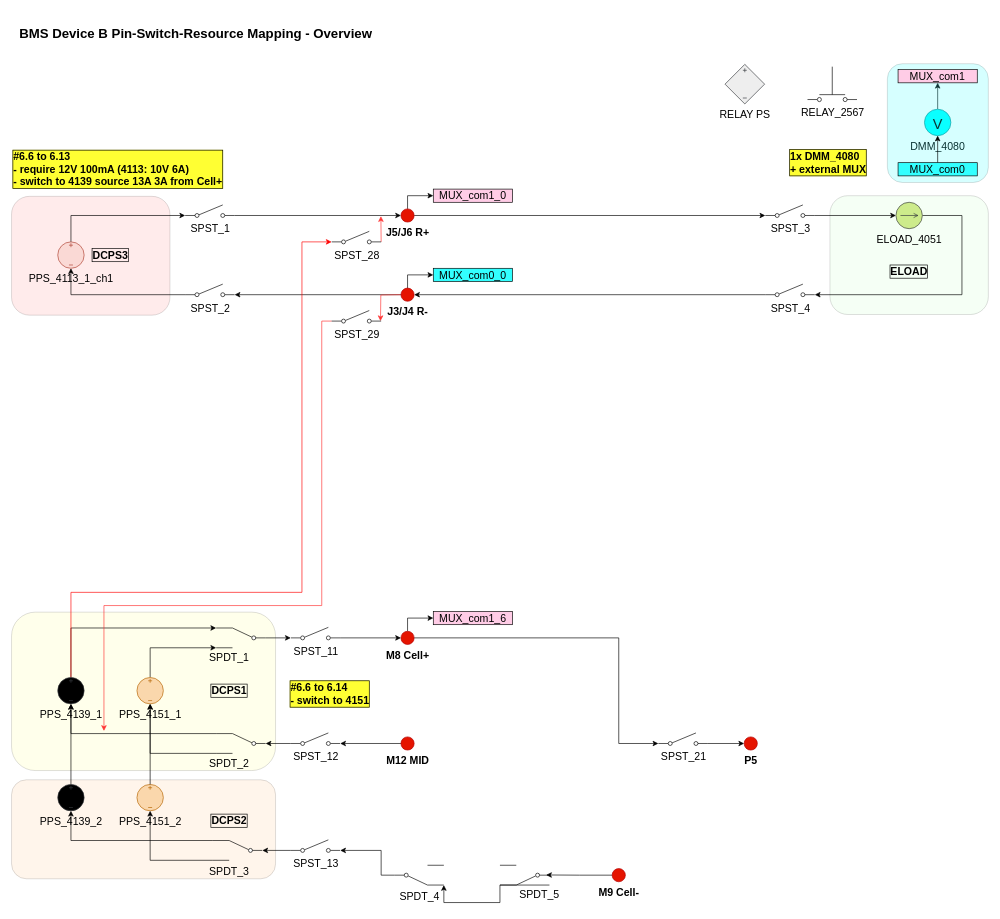
ktlim-xy/draw-io keeps this draw.io diagram as BMS_device_B_6p7.drawio. Above is the earlier version. Source tidied: cells renumbered, new cells numbered last; positions are measured from the earlier drawing's top-left corner, leaving out a move shared by most shapes. Both pictures are drawn from the tidied source at 66%, with x=0, y=0 at pixel (11, 11).
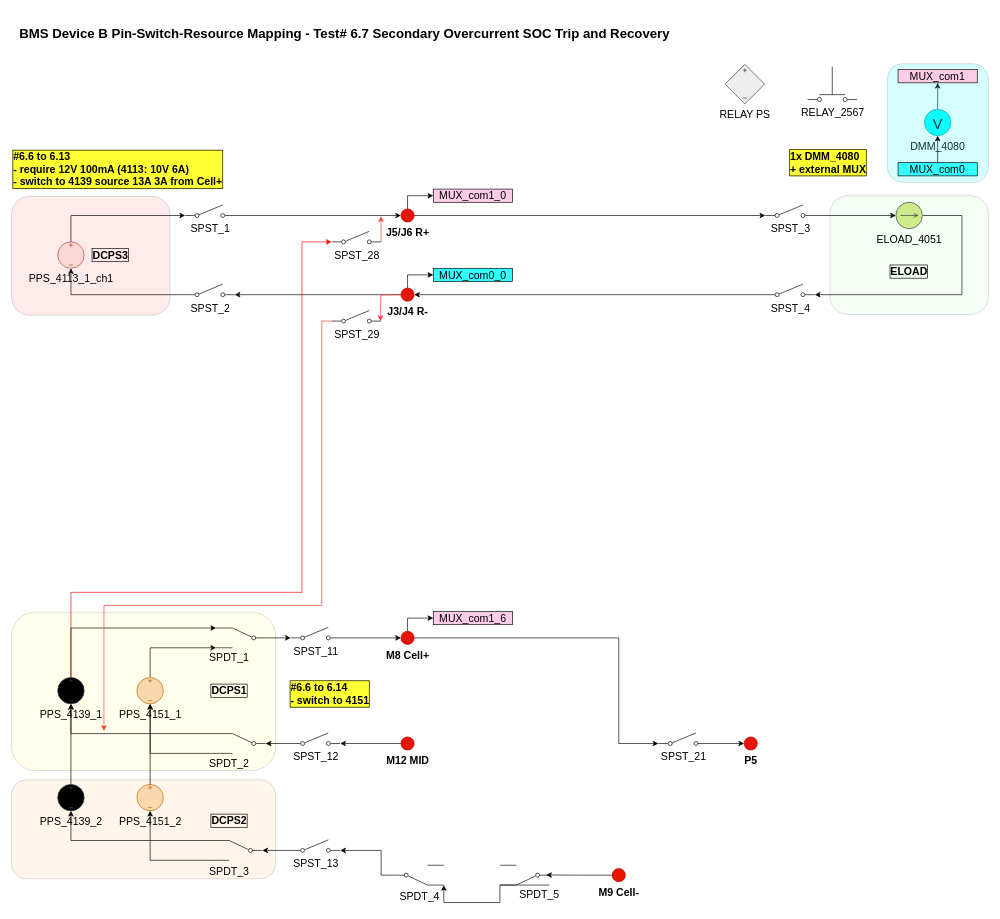
The same diagram, later.

Diff of the diagram source:
```diff
@@
-    <mxCell id="83" value="&lt;b&gt;BMS Device B Pin-Switch-Resource Mapping - Overview&amp;nbsp;&lt;/b&gt;" style="text;html=1;whiteSpace=wrap;strokeColor=none;fillColor=none;align=left;verticalAlign=middle;rounded=0;fontSize=20;" parent="1" vertex="1">
+    <mxCell id="83" value="&lt;b&gt;BMS Device B Pin-Switch-Resource Mapping - Test# 6.7 Secondary Overcurrent SOC Trip and Recovery&lt;/b&gt;" style="text;html=1;whiteSpace=wrap;strokeColor=none;fillColor=none;align=left;verticalAlign=middle;rounded=0;fontSize=20;" parent="1" vertex="1">
       <mxGeometry x="10" width="1010" height="65" as="geometry" />
     </mxCell>
```
